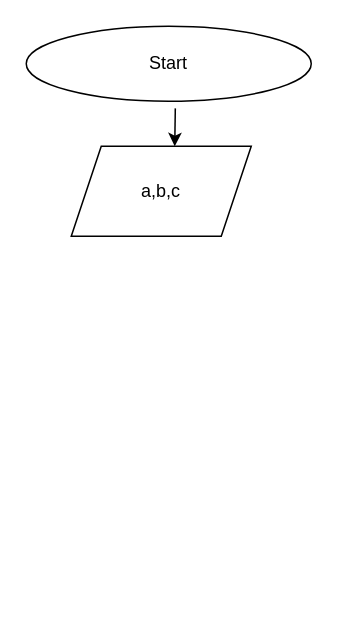
The draw.io diagram Unbenanntes Diagramm.drawio in Beljawski/HW_algorithmen_100524, before the edit. Source tidied: cells renumbered, new cells numbered last; positions are measured from the earlier drawing's top-left corner, leaving out a move shared by most shapes. Both pictures are drawn from the tidied source at 150%, with x=0, y=0 at pixel (26, 26).
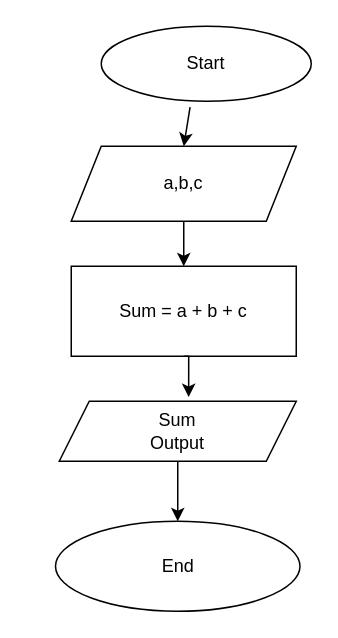
After the change.

What changed in the source:
```diff
@@
 <mxGraphModel>
   <root>
     <mxCell id="0" />
     <mxCell id="1" parent="0" />
     <mxCell id="2" value="Start" style="ellipse;whiteSpace=wrap;html=1;" parent="1" vertex="1">
-      <mxGeometry width="190" height="50" as="geometry" />
+      <mxGeometry x="50" width="140" height="50" as="geometry" />
     </mxCell>
-    <mxCell id="3" style="endArrow=classic;html=1;rounded=0;exitX=0.523;exitY=1.095;exitDx=0;exitDy=0;exitPerimeter=0;" parent="1" edge="1" source="2">
-      <mxGeometry relative="1" as="geometry">
-        <mxPoint x="99" y="80" as="targetPoint" />
-      </mxGeometry>
+    <mxCell id="3" style="endArrow=classic;html=1;rounded=0;exitX=0.423;exitY=1.079;exitDx=0;exitDy=0;exitPerimeter=0;entryX=0.5;entryY=0;entryDx=0;entryDy=0;" parent="1" edge="1" source="2" target="4">
+      <mxGeometry relative="1" as="geometry" />
     </mxCell>
     <mxCell id="4" value="a,b,c" style="shape=parallelogram;perimeter=parallelogramPerimeter;whiteSpace=wrap;html=1;fixedSize=1;" parent="1" vertex="1">
-      <mxGeometry x="30" y="80" width="120" height="60" as="geometry" />
+      <mxGeometry x="30" y="80" width="150" height="50" as="geometry" />
     </mxCell>
+    <mxCell id="5" value="Sum = a + b + c" style="rounded=0;whiteSpace=wrap;html=1;" parent="1" vertex="1">
+      <mxGeometry x="30" y="160" width="150" height="60" as="geometry" />
+    </mxCell>
+    <mxCell id="6" style="edgeStyle=orthogonalEdgeStyle;rounded=0;jettySize=auto;html=1;" parent="1" edge="1" source="7" target="8">
+      <mxGeometry relative="1" as="geometry" />
+    </mxCell>
+    <mxCell id="7" value="Sum&lt;div&gt;Output&lt;/div&gt;" style="shape=parallelogram;perimeter=parallelogramPerimeter;whiteSpace=wrap;html=1;fixedSize=1;" parent="1" vertex="1">
+      <mxGeometry x="22" y="250" width="158" height="40" as="geometry" />
+    </mxCell>
+    <mxCell id="8" value="End" style="ellipse;whiteSpace=wrap;html=1;" parent="1" vertex="1">
+      <mxGeometry x="19.5" y="330" width="163" height="60" as="geometry" />
+    </mxCell>
+    <mxCell id="9" style="endArrow=classic;html=1;rounded=0;exitX=0.5;exitY=1;exitDx=0;exitDy=0;entryX=0.5;entryY=0;entryDx=0;entryDy=0;" parent="1" edge="1" source="4" target="5">
+      <mxGeometry relative="1" as="geometry" />
+    </mxCell>
+    <mxCell id="10" style="edgeStyle=orthogonalEdgeStyle;rounded=0;jettySize=auto;html=1;exitX=0.5;exitY=1;exitDx=0;exitDy=0;entryX=0.546;entryY=-0.071;entryDx=0;entryDy=0;entryPerimeter=0;" parent="1" edge="1" source="5" target="7">
+      <mxGeometry relative="1" as="geometry" />
+    </mxCell>
   </root>
 </mxGraphModel>
```
